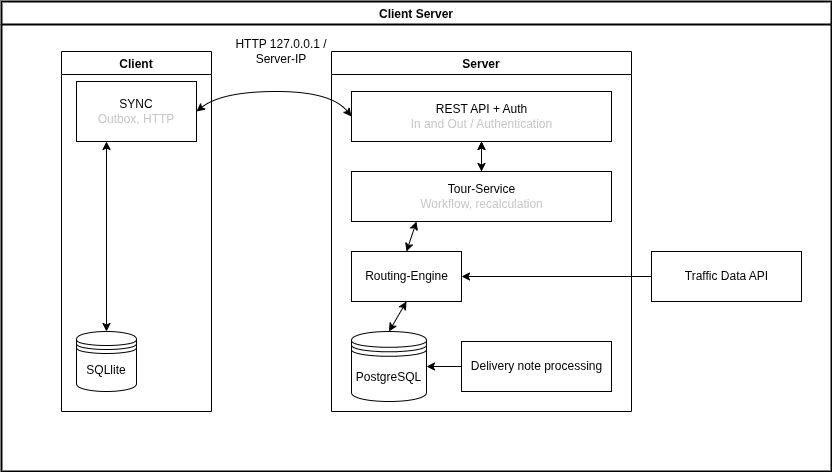
This is docs/architecture/data-architecture.drawio.png from gabrielbindi/VoBi-Tour, a draw.io export, as it was before one commit. Source tidied: cells renumbered, new cells last; positions are measured from the earlier drawing's top-left corner, leaving out a move shared by most shapes.
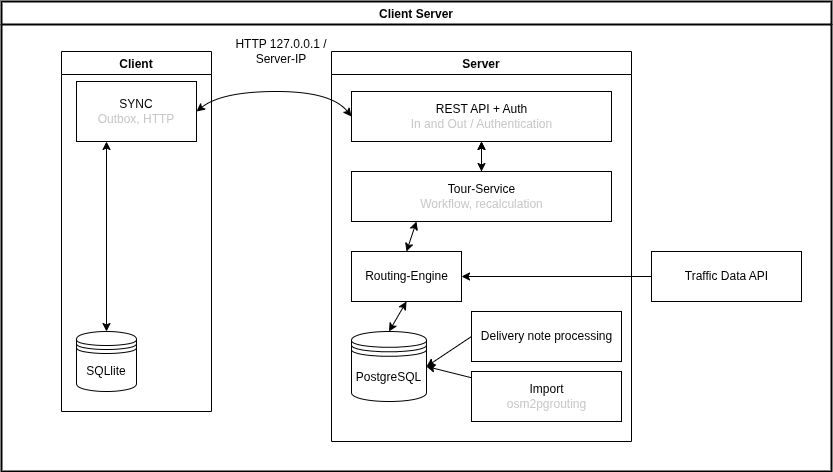
Above is the later version.

Commit message:
#18 Import to pgrouting

Diff of the diagram source:
```diff
@@ -6,7 +6,7 @@
       <mxGeometry width="830" height="470" as="geometry" />
     </mxCell>
     <mxCell id="3" value="Server" style="swimlane;strokeColor=#000000;" parent="2" vertex="1">
-      <mxGeometry x="330" y="50" width="300" height="360" as="geometry" />
+      <mxGeometry x="330" y="50" width="300" height="390" as="geometry" />
     </mxCell>
     <mxCell id="4" value="REST API + Auth&lt;br&gt;&lt;font color=&quot;#c7c7c7&quot;&gt;In and Out / Authentication&lt;/font&gt;" style="html=1;" parent="3" vertex="1">
       <mxGeometry x="20" y="40" width="260" height="50" as="geometry" />
@@ -15,7 +15,7 @@
       <mxGeometry x="20" y="200" width="110" height="50" as="geometry" />
     </mxCell>
     <mxCell id="6" value="Delivery note processing" style="html=1;" parent="3" vertex="1">
-      <mxGeometry x="130" y="290" width="150" height="50" as="geometry" />
+      <mxGeometry x="140" y="260" width="150" height="50" as="geometry" />
     </mxCell>
     <mxCell id="7" style="endArrow=classic;html=1;entryX=1;entryY=0.5;entryDx=0;entryDy=0;strokeColor=#000000;exitX=0;exitY=0.5;exitDx=0;exitDy=0;" parent="3" edge="1" source="6" target="8">
       <mxGeometry relative="1" as="geometry" />
@@ -38,6 +38,12 @@
     <mxCell id="13" style="endArrow=classic;startArrow=classic;html=1;strokeColor=#000000;fontColor=#C7C7C7;entryX=0.5;entryY=1;entryDx=0;entryDy=0;exitX=0.5;exitY=0;exitDx=0;exitDy=0;" parent="3" edge="1" source="11" target="4">
       <mxGeometry relative="1" as="geometry" />
     </mxCell>
+    <mxCell id="22" style="edgeStyle=none;html=1;strokeColor=#000000;fontColor=#C7C7C7;endArrow=classic;endFill=1;entryX=1;entryY=0.5;entryDx=0;entryDy=0;" parent="3" edge="1" source="23" target="8">
+      <mxGeometry relative="1" as="geometry" />
+    </mxCell>
+    <mxCell id="23" value="Import&lt;br&gt;&lt;font color=&quot;#c7c7c7&quot;&gt;osm2pgrouting&lt;/font&gt;" style="html=1;" parent="3" vertex="1">
+      <mxGeometry x="140" y="320" width="150" height="50" as="geometry" />
+    </mxCell>
     <mxCell id="14" value="Client" style="swimlane;strokeColor=#000000;" parent="2" vertex="1">
       <mxGeometry x="60" y="50" width="150" height="360" as="geometry" />
     </mxCell>
```
